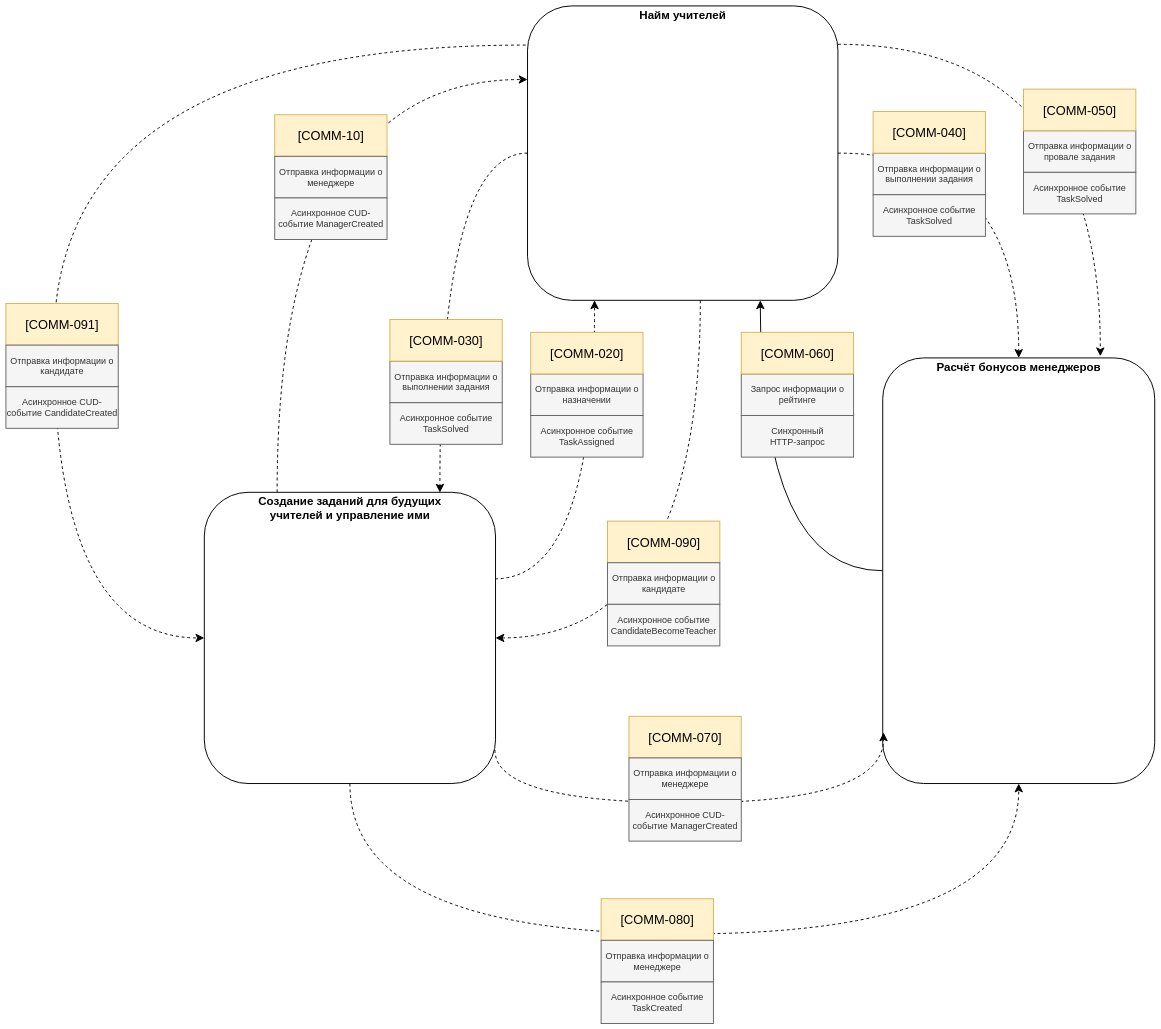
Before: draw/hw_1/comm.drawio in OkinawaNet/TT, a draw.io diagram. Source tidied: cells renumbered, new cells numbered last; positions are measured from the earlier drawing's top-left corner, leaving out a move shared by most shapes. Both pictures are drawn from the tidied source at 32%, with x=0, y=0 at pixel (6, 6).
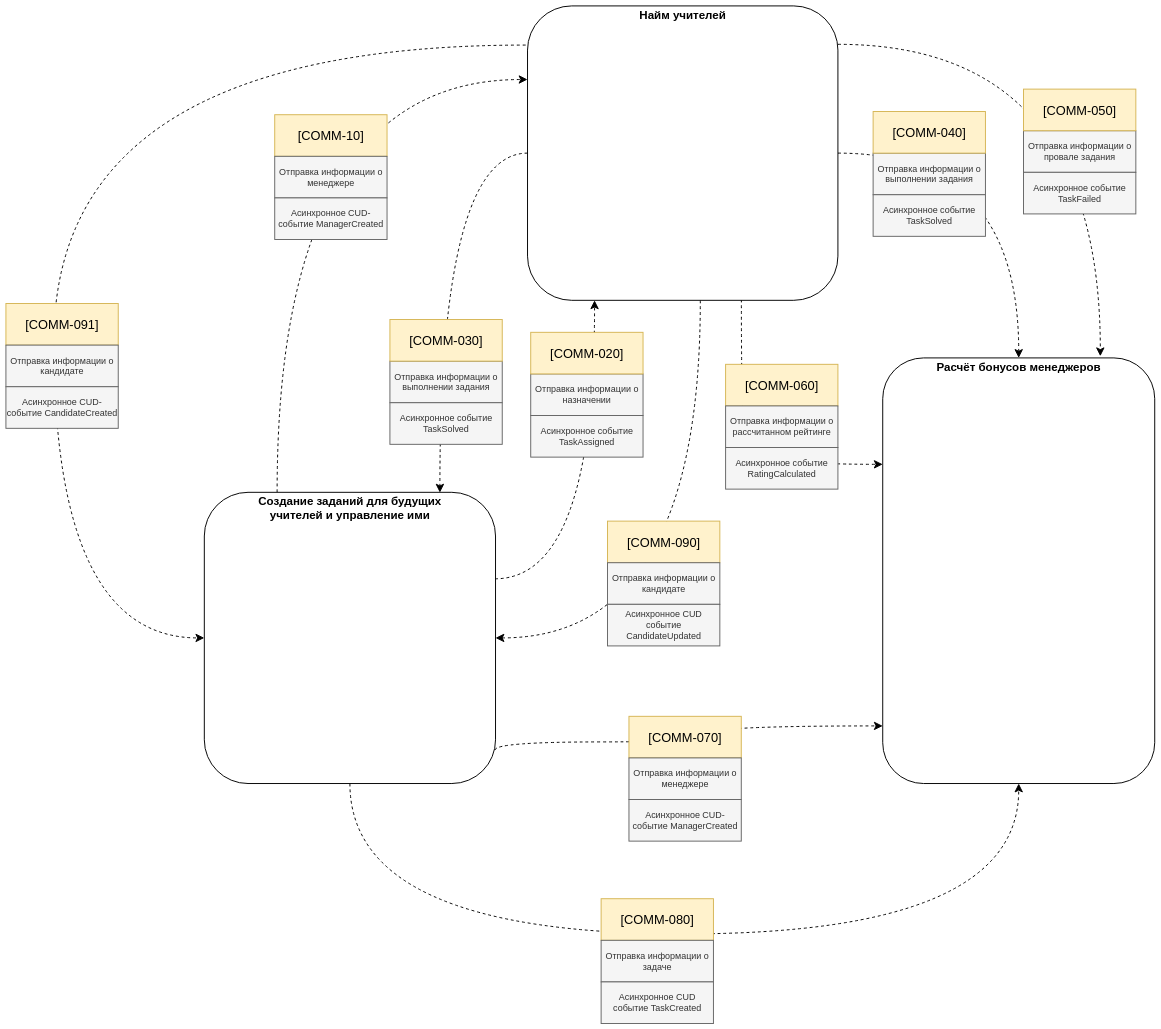
After the change.

Unchanged cells that the change refers to:
```xml
<mxCell id="4" value="&lt;font style=&quot;font-size: 36px;&quot;&gt;Расчёт бонусов менеджеров&lt;/font&gt;" style="rounded=1;whiteSpace=wrap;html=1;fontFamily=Helvetica;fontSize=11;fontColor=default;labelBackgroundColor=default;verticalAlign=top;align=center;fontStyle=1;strokeWidth=3;" parent="1" vertex="1">
  <mxGeometry x="2740" y="1100" width="850" height="1330" as="geometry" />
</mxCell>
<mxCell id="7" value="&lt;font style=&quot;font-size: 36px;&quot;&gt;Создание заданий для будущих &lt;br&gt;учителей и управление ими&lt;/font&gt;" style="rounded=1;whiteSpace=wrap;html=1;fontFamily=Helvetica;fontSize=11;fontColor=default;labelBackgroundColor=default;verticalAlign=top;align=center;fontStyle=1;strokeWidth=3;" parent="1" vertex="1">
  <mxGeometry x="620" y="1520" width="910" height="910" as="geometry" />
</mxCell>
<mxCell id="10" value="&lt;font style=&quot;font-size: 36px;&quot;&gt;Найм учителей&lt;/font&gt;" style="rounded=1;whiteSpace=wrap;html=1;fontFamily=Helvetica;fontSize=11;fontColor=default;labelBackgroundColor=default;verticalAlign=top;align=center;fontStyle=1;strokeWidth=3;" parent="1" vertex="1">
  <mxGeometry x="1630" width="970" height="920" as="geometry" />
</mxCell>
```

Change to the diagram source:
```diff
@@
-    <mxCell id="3" style="edgeStyle=orthogonalEdgeStyle;shape=connector;curved=1;rounded=0;jettySize=auto;html=1;entryX=0.75;entryY=1;entryDx=0;entryDy=0;strokeColor=default;strokeWidth=3;align=center;verticalAlign=middle;fontFamily=Helvetica;fontSize=11;fontColor=default;labelBackgroundColor=default;endArrow=classic;endSize=20;" parent="1" edge="1" source="4" target="10">
-      <mxGeometry relative="1" as="geometry" />
-    </mxCell>
@@
+    <mxCell id="45" style="edgeStyle=orthogonalEdgeStyle;shape=connector;curved=1;rounded=0;jettySize=auto;html=1;dashed=1;strokeColor=default;strokeWidth=3;align=center;verticalAlign=middle;fontFamily=Helvetica;fontSize=11;fontColor=default;labelBackgroundColor=default;endArrow=classic;endSize=20;entryX=0;entryY=0.25;entryDx=0;entryDy=0;exitX=0.689;exitY=0.997;exitDx=0;exitDy=0;exitPerimeter=0;" parent="1" edge="1" source="10" target="4">
+      <mxGeometry relative="1" as="geometry">
+        <Array as="points">
+          <mxPoint x="2298" y="1320" />
+          <mxPoint x="2320" y="1320" />
+          <mxPoint x="2320" y="1433" />
+        </Array>
+      </mxGeometry>
+    </mxCell>
@@
-    <mxCell id="26" value="Асинхронное событие TaskSolved" style="rounded=0;whiteSpace=wrap;html=1;fontFamily=Helvetica;fontSize=28;labelBackgroundColor=none;fillColor=#f5f5f5;strokeColor=#666666;fontColor=#333333;strokeWidth=3;" parent="1" vertex="1">
+    <mxCell id="26" value="Асинхронное событие TaskFailed" style="rounded=0;whiteSpace=wrap;html=1;fontFamily=Helvetica;fontSize=28;labelBackgroundColor=none;fillColor=#f5f5f5;strokeColor=#666666;fontColor=#333333;strokeWidth=3;" parent="1" vertex="1">
       <mxGeometry x="3180" y="520" width="351" height="130" as="geometry" />
     </mxCell>
@@
-    <mxCell id="28" value="Запрос информации о рейтинге" style="rounded=0;whiteSpace=wrap;html=1;fontFamily=Helvetica;fontSize=28;labelBackgroundColor=none;fillColor=#f5f5f5;strokeColor=#666666;fontColor=#333333;strokeWidth=3;" parent="1" vertex="1">
-      <mxGeometry x="2298" y="1150" width="351" height="130" as="geometry" />
-    </mxCell>
-    <mxCell id="29" value="Синхронный &lt;br&gt;HTTP-запрос" style="rounded=0;whiteSpace=wrap;html=1;fontFamily=Helvetica;fontSize=28;labelBackgroundColor=none;fillColor=#f5f5f5;strokeColor=#666666;fontColor=#333333;strokeWidth=3;" parent="1" vertex="1">
-      <mxGeometry x="2298" y="1280" width="351" height="130" as="geometry" />
-    </mxCell>
     <mxCell id="30" value="[COMM-060]" style="rounded=0;whiteSpace=wrap;html=1;fontFamily=Helvetica;fontSize=40;labelBackgroundColor=none;fillColor=#fff2cc;strokeColor=#d6b656;strokeWidth=3;" parent="1" vertex="1">
-      <mxGeometry x="2298" y="1020" width="351" height="130" as="geometry" />
+      <mxGeometry x="2249" y="1120" width="351" height="130" as="geometry" />
     </mxCell>
-    <mxCell id="31" style="edgeStyle=orthogonalEdgeStyle;shape=connector;curved=1;rounded=0;jettySize=auto;html=1;entryX=0.003;entryY=0.88;entryDx=0;entryDy=0;entryPerimeter=0;dashed=1;strokeColor=default;strokeWidth=3;align=center;verticalAlign=middle;fontFamily=Helvetica;fontSize=11;fontColor=default;labelBackgroundColor=default;endArrow=classic;endSize=20;exitX=0.998;exitY=0.885;exitDx=0;exitDy=0;exitPerimeter=0;" parent="1" edge="1" source="7" target="4">
+    <mxCell id="31" style="edgeStyle=orthogonalEdgeStyle;shape=connector;curved=1;rounded=0;jettySize=auto;html=1;dashed=1;strokeColor=default;strokeWidth=3;align=center;verticalAlign=middle;fontFamily=Helvetica;fontSize=11;fontColor=default;labelBackgroundColor=default;endArrow=classic;endSize=20;exitX=0.998;exitY=0.885;exitDx=0;exitDy=0;exitPerimeter=0;" parent="1" edge="1" source="7" target="4">
       <mxGeometry relative="1" as="geometry">
         <Array as="points">
-          <mxPoint x="1528" y="2490" />
-          <mxPoint x="2743" y="2490" />
+          <mxPoint x="1528" y="2300" />
+          <mxPoint x="2190" y="2300" />
+          <mxPoint x="2190" y="2250" />
         </Array>
       </mxGeometry>
     </mxCell>
@@
-    <mxCell id="36" value="Отправка информации о менеджере" style="rounded=0;whiteSpace=wrap;html=1;fontFamily=Helvetica;fontSize=28;labelBackgroundColor=none;fillColor=#f5f5f5;strokeColor=#666666;fontColor=#333333;strokeWidth=3;" parent="1" vertex="1">
+    <mxCell id="36" value="Отправка информации о задаче" style="rounded=0;whiteSpace=wrap;html=1;fontFamily=Helvetica;fontSize=28;labelBackgroundColor=none;fillColor=#f5f5f5;strokeColor=#666666;fontColor=#333333;strokeWidth=3;" parent="1" vertex="1">
       <mxGeometry x="1860" y="2920" width="351" height="130" as="geometry" />
     </mxCell>
-    <mxCell id="37" value="Асинхронное событие TaskCreated" style="rounded=0;whiteSpace=wrap;html=1;fontFamily=Helvetica;fontSize=28;labelBackgroundColor=none;fillColor=#f5f5f5;strokeColor=#666666;fontColor=#333333;strokeWidth=3;" parent="1" vertex="1">
+    <mxCell id="37" value="Асинхронное CUD событие TaskCreated" style="rounded=0;whiteSpace=wrap;html=1;fontFamily=Helvetica;fontSize=28;labelBackgroundColor=none;fillColor=#f5f5f5;strokeColor=#666666;fontColor=#333333;strokeWidth=3;" parent="1" vertex="1">
       <mxGeometry x="1860" y="3050" width="351" height="130" as="geometry" />
     </mxCell>
@@
-    <mxCell id="40" value="Асинхронное событие CandidateBecomeTeacher" style="rounded=0;whiteSpace=wrap;html=1;fontFamily=Helvetica;fontSize=28;labelBackgroundColor=none;fillColor=#f5f5f5;strokeColor=#666666;fontColor=#333333;strokeWidth=3;" parent="1" vertex="1">
+    <mxCell id="40" value="Асинхронное CUD событие CandidateUpdated" style="rounded=0;whiteSpace=wrap;html=1;fontFamily=Helvetica;fontSize=28;labelBackgroundColor=none;fillColor=#f5f5f5;strokeColor=#666666;fontColor=#333333;strokeWidth=3;" parent="1" vertex="1">
       <mxGeometry x="1880" y="1870" width="351" height="130" as="geometry" />
     </mxCell>
@@
+    <mxCell id="46" value="Отправка информации о рассчитанном рейтинге" style="rounded=0;whiteSpace=wrap;html=1;fontFamily=Helvetica;fontSize=28;labelBackgroundColor=none;fillColor=#f5f5f5;strokeColor=#666666;fontColor=#333333;strokeWidth=3;" parent="1" vertex="1">
+      <mxGeometry x="2249" y="1250" width="351" height="130" as="geometry" />
+    </mxCell>
+    <mxCell id="47" value="Асинхронное событие RatingCalculated" style="rounded=0;whiteSpace=wrap;html=1;fontFamily=Helvetica;fontSize=28;labelBackgroundColor=none;fillColor=#f5f5f5;strokeColor=#666666;fontColor=#333333;strokeWidth=3;" parent="1" vertex="1">
+      <mxGeometry x="2249" y="1380" width="351" height="130" as="geometry" />
+    </mxCell>
```
